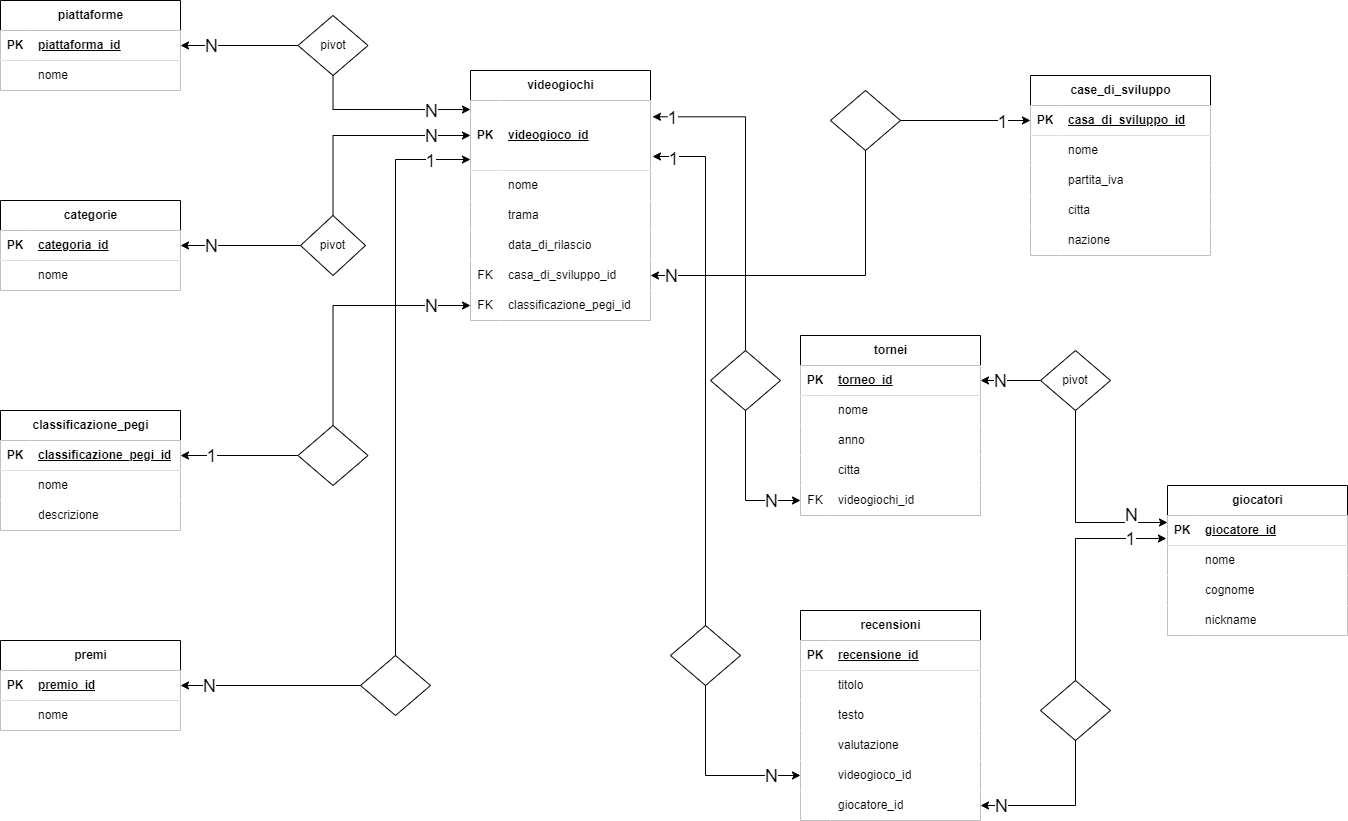
AndreaGul/db-videogames keeps this draw.io diagram as db-videogames.png. Above is the earlier version. Source tidied: cells renumbered, new cells last; positions are measured from the earlier drawing's top-left corner, leaving out a move shared by most shapes.
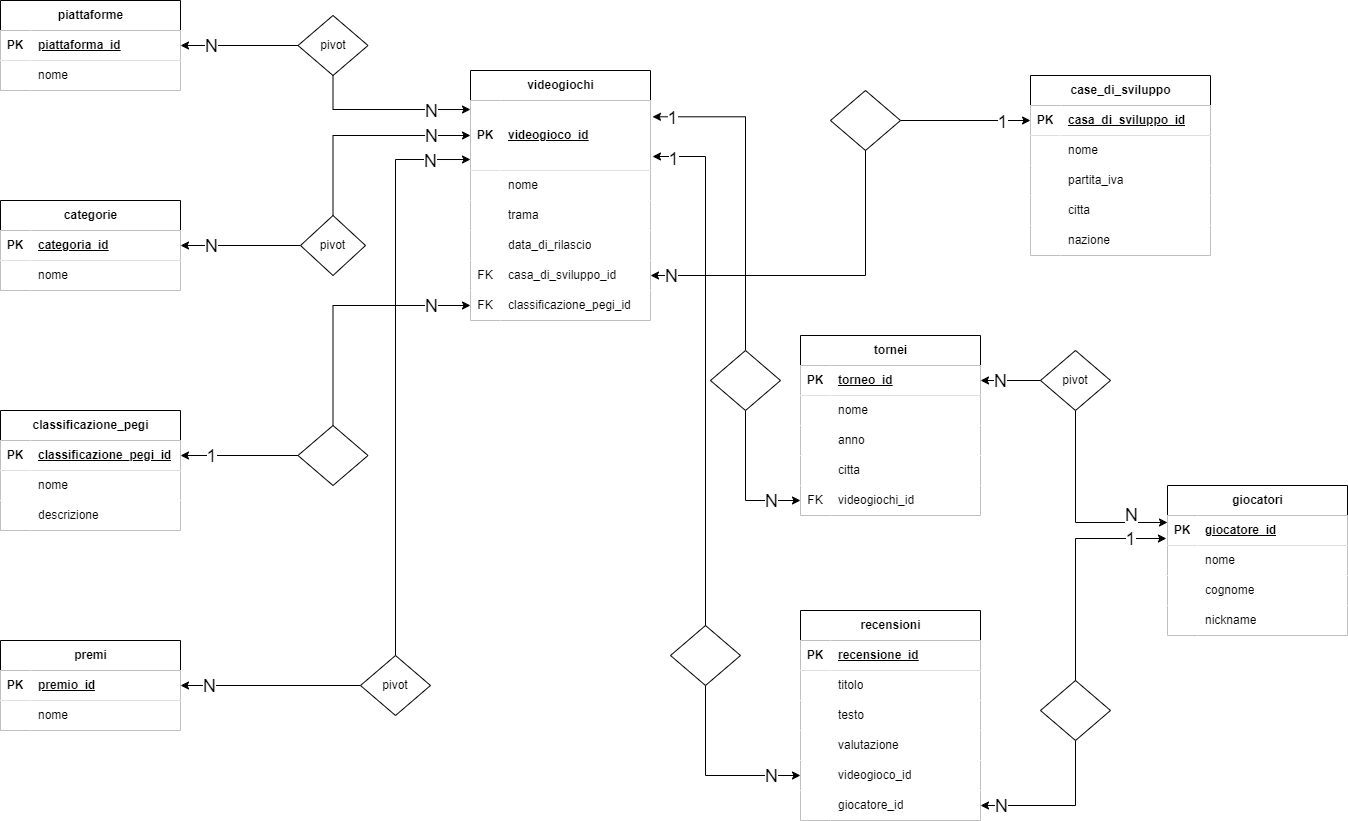
After the commit.

Commit message:
fix:realzione premi videogiochi

Change to the diagram source:
```diff
@@ -499,12 +499,12 @@
     <mxCell id="158" style="edgeStyle=orthogonalEdgeStyle;rounded=0;jettySize=auto;html=1;entryX=0;entryY=0.843;entryDx=0;entryDy=0;entryPerimeter=0;labelBackgroundColor=default;" parent="1" edge="1" source="160" target="3">
       <mxGeometry relative="1" as="geometry" />
     </mxCell>
-    <mxCell id="159" value="&lt;font style=&quot;font-size: 18px;&quot;&gt;1&lt;/font&gt;" style="edgeLabel;html=1;align=center;verticalAlign=middle;labelBackgroundColor=default;" parent="158" vertex="1">
+    <mxCell id="159" value="&lt;span style=&quot;font-size: 18px;&quot;&gt;N&lt;/span&gt;" style="edgeLabel;html=1;align=center;verticalAlign=middle;labelBackgroundColor=default;" parent="158" vertex="1">
       <mxGeometry x="0.91" y="-2" relative="1" as="geometry">
         <mxPoint x="-14" y="-1" as="offset" />
       </mxGeometry>
     </mxCell>
-    <mxCell id="160" style="shape=rhombus;perimeter=rhombusPerimeter;whiteSpace=wrap;html=1;align=center;labelBackgroundColor=default;" parent="1" vertex="1">
+    <mxCell id="160" value="pivot" style="shape=rhombus;perimeter=rhombusPerimeter;whiteSpace=wrap;html=1;align=center;labelBackgroundColor=default;" parent="1" vertex="1">
       <mxGeometry x="360" y="655" width="70" height="60" as="geometry" />
     </mxCell>
   </root>
```
